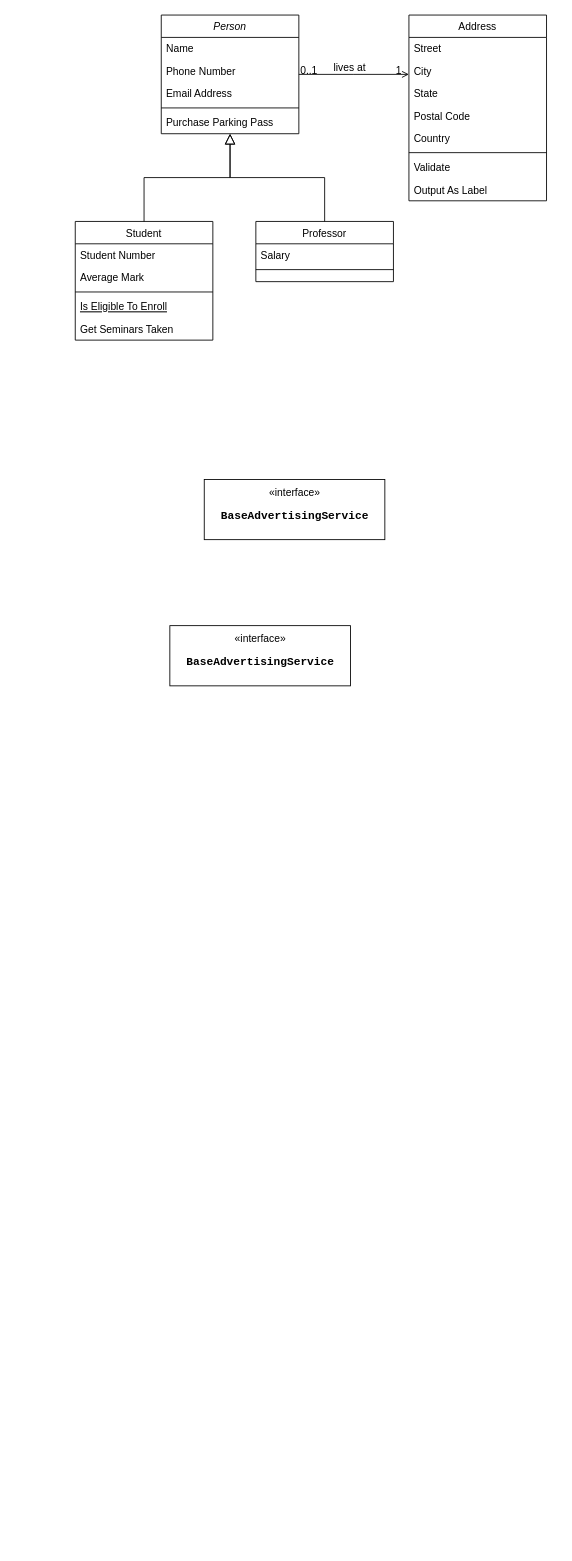
Above: 推广平台模式.drawio in lints123/draw_project (draw.io), before the change. Source tidied: cells renumbered, new cells numbered last; positions are measured from the earlier drawing's top-left corner, leaving out a move shared by most shapes. Both pictures are drawn from the tidied source at 86%, with x=0, y=0 at pixel (75, 15).
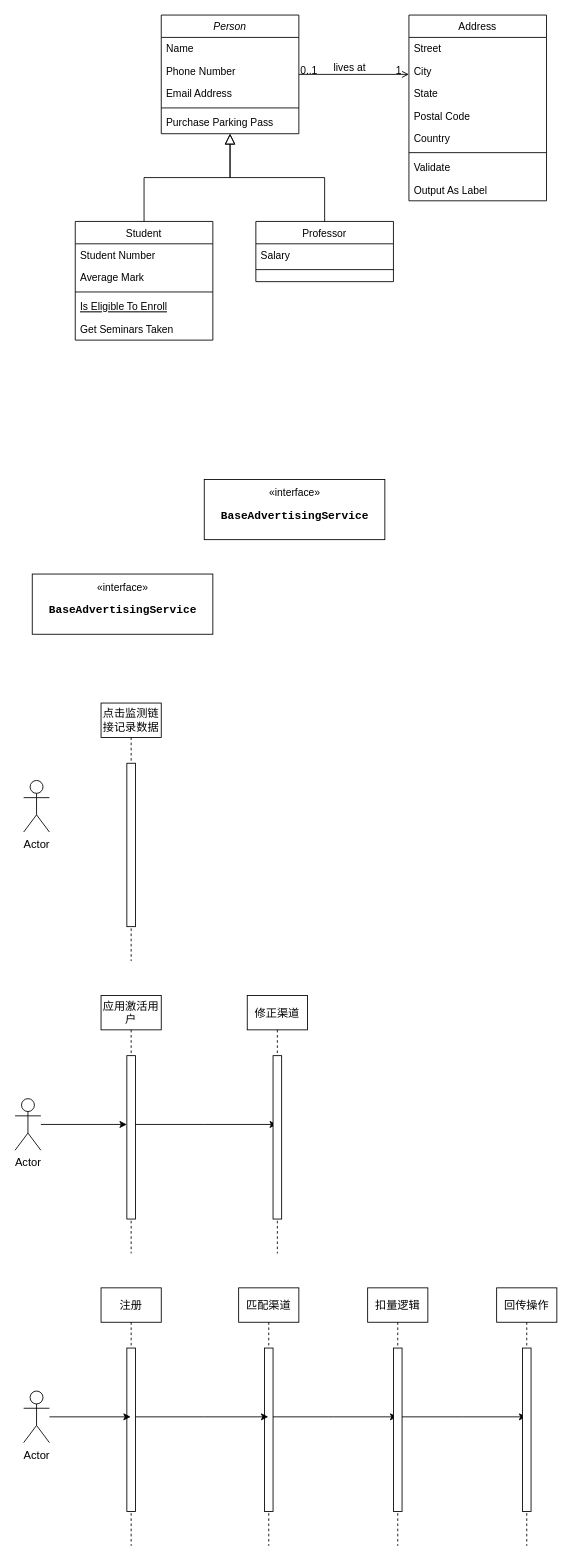
The same page after the edit.

Commit message:
更新推广平台模式.drawio

The edit, as a diff of the source:
```diff
@@
     <mxCell id="32" value="«interface»&lt;br&gt;&lt;pre style=&quot;&quot;&gt;&lt;b&gt;&lt;font style=&quot;font-size: 13px;&quot;&gt;BaseAdvertisingService&lt;/font&gt;&lt;/b&gt;&lt;/pre&gt;" style="html=1;" parent="1" vertex="1">
-      <mxGeometry x="110" y="710" width="210" height="70" as="geometry" />
+      <mxGeometry x="-50" y="650" width="210" height="70" as="geometry" />
     </mxCell>
@@
+    <mxCell id="34" value="Actor" style="shape=umlActor;verticalLabelPosition=bottom;verticalAlign=top;html=1;fontSize=13;" parent="1" vertex="1">
+      <mxGeometry x="-60" y="890" width="30" height="60" as="geometry" />
+    </mxCell>
+    <mxCell id="35" value="点击监测链接记录数据" style="shape=umlLifeline;perimeter=lifelinePerimeter;whiteSpace=wrap;html=1;newEdgeStyle={&quot;edgeStyle&quot;:&quot;elbowEdgeStyle&quot;,&quot;elbow&quot;:&quot;vertical&quot;,&quot;curved&quot;:0,&quot;rounded&quot;:0};fontSize=13;" parent="1" vertex="1">
+      <mxGeometry x="30" y="800" width="70" height="300" as="geometry" />
+    </mxCell>
+    <mxCell id="36" style="html=1;perimeter=orthogonalPerimeter;targetShapes=umlLifeline;newEdgeStyle={&quot;edgeStyle&quot;:&quot;elbowEdgeStyle&quot;,&quot;elbow&quot;:&quot;vertical&quot;,&quot;curved&quot;:0,&quot;rounded&quot;:0};fontSize=13;" parent="35" vertex="1">
+      <mxGeometry x="30" y="70" width="10" height="190" as="geometry" />
+    </mxCell>
+    <mxCell id="37" style="edgeStyle=orthogonalEdgeStyle;rounded=0;jettySize=auto;html=1;fontSize=13;" parent="1" edge="1" source="38" target="41">
+      <mxGeometry relative="1" as="geometry">
+        <Array as="points">
+          <mxPoint x="30" y="1290" />
+          <mxPoint x="30" y="1290" />
+        </Array>
+      </mxGeometry>
+    </mxCell>
+    <mxCell id="38" value="Actor" style="shape=umlActor;verticalLabelPosition=bottom;verticalAlign=top;html=1;fontSize=13;" parent="1" vertex="1">
+      <mxGeometry x="-70" y="1260" width="30" height="60" as="geometry" />
+    </mxCell>
+    <mxCell id="39" style="edgeStyle=elbowEdgeStyle;rounded=0;jettySize=auto;html=1;elbow=vertical;curved=0;fontSize=13;" parent="1" edge="1" source="40" target="42">
+      <mxGeometry relative="1" as="geometry" />
+    </mxCell>
+    <mxCell id="40" value="应用激活用户" style="shape=umlLifeline;perimeter=lifelinePerimeter;whiteSpace=wrap;html=1;outlineConnect=0;portConstraint=eastwest;newEdgeStyle={&quot;edgeStyle&quot;:&quot;elbowEdgeStyle&quot;,&quot;elbow&quot;:&quot;vertical&quot;,&quot;curved&quot;:0,&quot;rounded&quot;:0};fontSize=13;" parent="1" vertex="1">
+      <mxGeometry x="30" y="1140" width="70" height="300" as="geometry" />
+    </mxCell>
+    <mxCell id="41" style="html=1;points=[];perimeter=orthogonalPerimeter;outlineConnect=0;targetShapes=umlLifeline;portConstraint=eastwest;newEdgeStyle={&quot;edgeStyle&quot;:&quot;elbowEdgeStyle&quot;,&quot;elbow&quot;:&quot;vertical&quot;,&quot;curved&quot;:0,&quot;rounded&quot;:0};fontSize=13;" parent="40" vertex="1">
+      <mxGeometry x="30" y="70" width="10" height="190" as="geometry" />
+    </mxCell>
+    <mxCell id="42" value="修正渠道" style="shape=umlLifeline;perimeter=lifelinePerimeter;whiteSpace=wrap;html=1;outlineConnect=0;portConstraint=eastwest;newEdgeStyle={&quot;edgeStyle&quot;:&quot;elbowEdgeStyle&quot;,&quot;elbow&quot;:&quot;vertical&quot;,&quot;curved&quot;:0,&quot;rounded&quot;:0};fontSize=13;" parent="1" vertex="1">
+      <mxGeometry x="200" y="1140" width="70" height="300" as="geometry" />
+    </mxCell>
+    <mxCell id="43" style="html=1;perimeter=orthogonalPerimeter;targetShapes=umlLifeline;newEdgeStyle={&quot;edgeStyle&quot;:&quot;elbowEdgeStyle&quot;,&quot;elbow&quot;:&quot;vertical&quot;,&quot;curved&quot;:0,&quot;rounded&quot;:0};fontSize=13;" parent="42" vertex="1">
+      <mxGeometry x="30" y="70" width="10" height="190" as="geometry" />
+    </mxCell>
+    <mxCell id="44" value="注册" style="shape=umlLifeline;perimeter=lifelinePerimeter;whiteSpace=wrap;html=1;outlineConnect=0;portConstraint=eastwest;newEdgeStyle={&quot;edgeStyle&quot;:&quot;elbowEdgeStyle&quot;,&quot;elbow&quot;:&quot;vertical&quot;,&quot;curved&quot;:0,&quot;rounded&quot;:0};fontSize=13;" parent="1" vertex="1">
+      <mxGeometry x="30" y="1480" width="70" height="300" as="geometry" />
+    </mxCell>
+    <mxCell id="45" style="html=1;points=[];perimeter=orthogonalPerimeter;outlineConnect=0;targetShapes=umlLifeline;portConstraint=eastwest;newEdgeStyle={&quot;edgeStyle&quot;:&quot;elbowEdgeStyle&quot;,&quot;elbow&quot;:&quot;vertical&quot;,&quot;curved&quot;:0,&quot;rounded&quot;:0};fontSize=13;" parent="44" vertex="1">
+      <mxGeometry x="30" y="70" width="10" height="190" as="geometry" />
+    </mxCell>
+    <mxCell id="46" style="edgeStyle=elbowEdgeStyle;rounded=0;jettySize=auto;html=1;elbow=vertical;curved=0;fontSize=13;" parent="1" edge="1" source="47" target="51">
+      <mxGeometry relative="1" as="geometry" />
+    </mxCell>
+    <mxCell id="47" value="匹配渠道" style="shape=umlLifeline;perimeter=lifelinePerimeter;whiteSpace=wrap;html=1;outlineConnect=0;portConstraint=eastwest;newEdgeStyle={&quot;edgeStyle&quot;:&quot;elbowEdgeStyle&quot;,&quot;elbow&quot;:&quot;vertical&quot;,&quot;curved&quot;:0,&quot;rounded&quot;:0};fontSize=13;" parent="1" vertex="1">
+      <mxGeometry x="190" y="1480" width="70" height="300" as="geometry" />
+    </mxCell>
+    <mxCell id="48" style="html=1;perimeter=orthogonalPerimeter;targetShapes=umlLifeline;newEdgeStyle={&quot;edgeStyle&quot;:&quot;elbowEdgeStyle&quot;,&quot;elbow&quot;:&quot;vertical&quot;,&quot;curved&quot;:0,&quot;rounded&quot;:0};fontSize=13;" parent="47" vertex="1">
+      <mxGeometry x="30" y="70" width="10" height="190" as="geometry" />
+    </mxCell>
+    <mxCell id="49" style="edgeStyle=elbowEdgeStyle;rounded=0;jettySize=auto;html=1;elbow=vertical;curved=0;fontSize=13;" parent="1" edge="1" source="45" target="47">
+      <mxGeometry relative="1" as="geometry">
+        <Array as="points">
+          <mxPoint x="150" y="1630" />
+        </Array>
+      </mxGeometry>
+    </mxCell>
+    <mxCell id="50" style="edgeStyle=elbowEdgeStyle;rounded=0;jettySize=auto;html=1;elbow=vertical;curved=0;fontSize=13;" parent="1" edge="1" source="51" target="55">
+      <mxGeometry relative="1" as="geometry" />
+    </mxCell>
+    <mxCell id="51" value="扣量逻辑" style="shape=umlLifeline;perimeter=lifelinePerimeter;whiteSpace=wrap;html=1;outlineConnect=0;portConstraint=eastwest;newEdgeStyle={&quot;edgeStyle&quot;:&quot;elbowEdgeStyle&quot;,&quot;elbow&quot;:&quot;vertical&quot;,&quot;curved&quot;:0,&quot;rounded&quot;:0};fontSize=13;" parent="1" vertex="1">
+      <mxGeometry x="340" y="1480" width="70" height="300" as="geometry" />
+    </mxCell>
+    <mxCell id="52" style="html=1;perimeter=orthogonalPerimeter;targetShapes=umlLifeline;newEdgeStyle={&quot;edgeStyle&quot;:&quot;elbowEdgeStyle&quot;,&quot;elbow&quot;:&quot;vertical&quot;,&quot;curved&quot;:0,&quot;rounded&quot;:0};fontSize=13;" parent="51" vertex="1">
+      <mxGeometry x="30" y="70" width="10" height="190" as="geometry" />
+    </mxCell>
+    <mxCell id="53" style="edgeStyle=orthogonalEdgeStyle;rounded=0;jettySize=auto;html=1;fontSize=13;" parent="1" edge="1" source="54" target="44">
+      <mxGeometry relative="1" as="geometry" />
+    </mxCell>
+    <mxCell id="54" value="Actor" style="shape=umlActor;verticalLabelPosition=bottom;verticalAlign=top;html=1;fontSize=13;" parent="1" vertex="1">
+      <mxGeometry x="-60" y="1600" width="30" height="60" as="geometry" />
+    </mxCell>
+    <mxCell id="55" value="回传操作" style="shape=umlLifeline;perimeter=lifelinePerimeter;whiteSpace=wrap;html=1;outlineConnect=0;portConstraint=eastwest;newEdgeStyle={&quot;edgeStyle&quot;:&quot;elbowEdgeStyle&quot;,&quot;elbow&quot;:&quot;vertical&quot;,&quot;curved&quot;:0,&quot;rounded&quot;:0};fontSize=13;" parent="1" vertex="1">
+      <mxGeometry x="490" y="1480" width="70" height="300" as="geometry" />
+    </mxCell>
+    <mxCell id="56" style="html=1;perimeter=orthogonalPerimeter;targetShapes=umlLifeline;newEdgeStyle={&quot;edgeStyle&quot;:&quot;elbowEdgeStyle&quot;,&quot;elbow&quot;:&quot;vertical&quot;,&quot;curved&quot;:0,&quot;rounded&quot;:0};fontSize=13;" parent="55" vertex="1">
+      <mxGeometry x="30" y="70" width="10" height="190" as="geometry" />
+    </mxCell>
```
